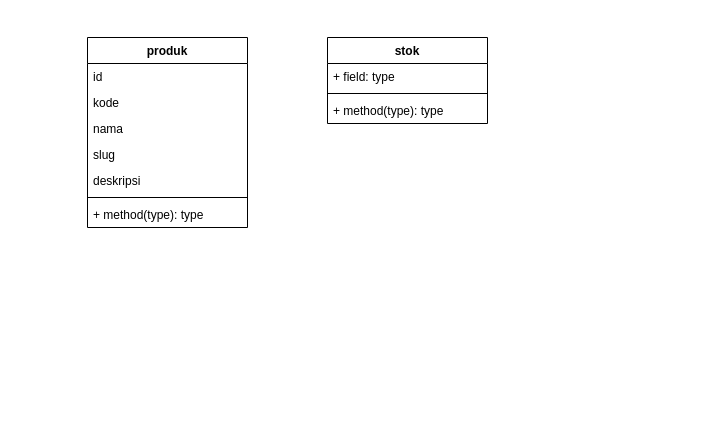
Above: Untitled Diagram.drawio in GibransLF/sans (draw.io), before the change. Source tidied: cells renumbered, new cells numbered last; positions are measured from the earlier drawing's top-left corner, leaving out a move shared by most shapes. Both pictures are drawn from the tidied source at 100%, with x=0, y=0 at pixel (87, 37).
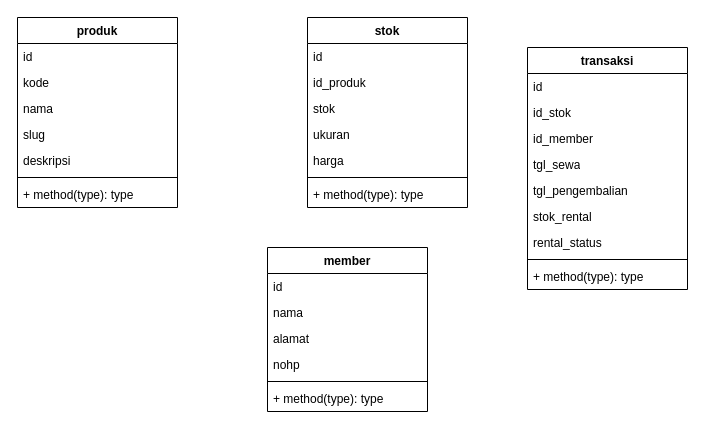
The same diagram, later.

The edit, as a diff of the source:
```diff
@@
     <mxCell id="2" value="produk" style="swimlane;fontStyle=1;align=center;verticalAlign=top;horizontal=1;startSize=26;whiteSpace=wrap;html=1;" parent="1" vertex="1">
-      <mxGeometry width="160" height="190" as="geometry" />
+      <mxGeometry x="-70" y="-20" width="160" height="190" as="geometry" />
     </mxCell>
@@
     <mxCell id="10" value="stok" style="swimlane;fontStyle=1;align=center;verticalAlign=top;horizontal=1;startSize=26;whiteSpace=wrap;html=1;" parent="1" vertex="1">
-      <mxGeometry x="240" width="160" height="86" as="geometry" />
+      <mxGeometry x="220" y="-20" width="160" height="190" as="geometry" />
     </mxCell>
-    <mxCell id="11" value="+ field: type" style="text;strokeColor=none;fillColor=none;align=left;verticalAlign=top;spacingLeft=4;spacingRight=4;overflow=hidden;whiteSpace=wrap;html=1;" parent="10" vertex="1">
+    <mxCell id="11" value="id" style="text;strokeColor=none;fillColor=none;align=left;verticalAlign=top;spacingLeft=4;spacingRight=4;overflow=hidden;whiteSpace=wrap;html=1;" parent="10" vertex="1">
       <mxGeometry y="26" width="160" height="26" as="geometry" />
     </mxCell>
+    <mxCell id="14" value="id_produk" style="text;strokeColor=none;fillColor=none;align=left;verticalAlign=top;spacingLeft=4;spacingRight=4;overflow=hidden;whiteSpace=wrap;html=1;" parent="10" vertex="1">
+      <mxGeometry y="52" width="160" height="26" as="geometry" />
+    </mxCell>
+    <mxCell id="15" value="stok" style="text;strokeColor=none;fillColor=none;align=left;verticalAlign=top;spacingLeft=4;spacingRight=4;overflow=hidden;whiteSpace=wrap;html=1;" parent="10" vertex="1">
+      <mxGeometry y="78" width="160" height="26" as="geometry" />
+    </mxCell>
+    <mxCell id="16" value="ukuran" style="text;strokeColor=none;fillColor=none;align=left;verticalAlign=top;spacingLeft=4;spacingRight=4;overflow=hidden;whiteSpace=wrap;html=1;" parent="10" vertex="1">
+      <mxGeometry y="104" width="160" height="26" as="geometry" />
+    </mxCell>
+    <mxCell id="17" value="harga" style="text;strokeColor=none;fillColor=none;align=left;verticalAlign=top;spacingLeft=4;spacingRight=4;overflow=hidden;whiteSpace=wrap;html=1;" parent="10" vertex="1">
+      <mxGeometry y="130" width="160" height="26" as="geometry" />
+    </mxCell>
     <mxCell id="12" style="line;strokeWidth=1;fillColor=none;align=left;verticalAlign=middle;spacingTop=-1;spacingLeft=3;spacingRight=3;labelPosition=right;strokeColor=inherit;" parent="10" vertex="1">
-      <mxGeometry y="52" width="160" height="8" as="geometry" />
+      <mxGeometry y="156" width="160" height="8" as="geometry" />
     </mxCell>
     <mxCell id="13" value="+ method(type): type" style="text;strokeColor=none;fillColor=none;align=left;verticalAlign=top;spacingLeft=4;spacingRight=4;overflow=hidden;whiteSpace=wrap;html=1;" parent="10" vertex="1">
-      <mxGeometry y="60" width="160" height="26" as="geometry" />
+      <mxGeometry y="164" width="160" height="26" as="geometry" />
     </mxCell>
+    <mxCell id="18" value="transaksi" style="swimlane;fontStyle=1;align=center;verticalAlign=top;horizontal=1;startSize=26;whiteSpace=wrap;html=1;" parent="1" vertex="1">
+      <mxGeometry x="440" y="10" width="160" height="242" as="geometry" />
+    </mxCell>
+    <mxCell id="19" value="id" style="text;strokeColor=none;fillColor=none;align=left;verticalAlign=top;spacingLeft=4;spacingRight=4;overflow=hidden;whiteSpace=wrap;html=1;" parent="18" vertex="1">
+      <mxGeometry y="26" width="160" height="26" as="geometry" />
+    </mxCell>
+    <mxCell id="20" value="id_stok" style="text;strokeColor=none;fillColor=none;align=left;verticalAlign=top;spacingLeft=4;spacingRight=4;overflow=hidden;whiteSpace=wrap;html=1;" parent="18" vertex="1">
+      <mxGeometry y="52" width="160" height="26" as="geometry" />
+    </mxCell>
+    <mxCell id="21" value="id_member" style="text;strokeColor=none;fillColor=none;align=left;verticalAlign=top;spacingLeft=4;spacingRight=4;overflow=hidden;whiteSpace=wrap;html=1;" parent="18" vertex="1">
+      <mxGeometry y="78" width="160" height="26" as="geometry" />
+    </mxCell>
+    <mxCell id="22" value="tgl_sewa" style="text;strokeColor=none;fillColor=none;align=left;verticalAlign=top;spacingLeft=4;spacingRight=4;overflow=hidden;whiteSpace=wrap;html=1;" parent="18" vertex="1">
+      <mxGeometry y="104" width="160" height="26" as="geometry" />
+    </mxCell>
+    <mxCell id="23" value="tgl_pengembalian" style="text;strokeColor=none;fillColor=none;align=left;verticalAlign=top;spacingLeft=4;spacingRight=4;overflow=hidden;whiteSpace=wrap;html=1;" parent="18" vertex="1">
+      <mxGeometry y="130" width="160" height="26" as="geometry" />
+    </mxCell>
+    <mxCell id="24" value="stok_rental" style="text;strokeColor=none;fillColor=none;align=left;verticalAlign=top;spacingLeft=4;spacingRight=4;overflow=hidden;whiteSpace=wrap;html=1;" parent="18" vertex="1">
+      <mxGeometry y="156" width="160" height="26" as="geometry" />
+    </mxCell>
+    <mxCell id="25" value="rental_status" style="text;strokeColor=none;fillColor=none;align=left;verticalAlign=top;spacingLeft=4;spacingRight=4;overflow=hidden;whiteSpace=wrap;html=1;" parent="18" vertex="1">
+      <mxGeometry y="182" width="160" height="26" as="geometry" />
+    </mxCell>
+    <mxCell id="26" style="line;strokeWidth=1;fillColor=none;align=left;verticalAlign=middle;spacingTop=-1;spacingLeft=3;spacingRight=3;labelPosition=right;strokeColor=inherit;" parent="18" vertex="1">
+      <mxGeometry y="208" width="160" height="8" as="geometry" />
+    </mxCell>
+    <mxCell id="27" value="+ method(type): type" style="text;strokeColor=none;fillColor=none;align=left;verticalAlign=top;spacingLeft=4;spacingRight=4;overflow=hidden;whiteSpace=wrap;html=1;" parent="18" vertex="1">
+      <mxGeometry y="216" width="160" height="26" as="geometry" />
+    </mxCell>
+    <mxCell id="28" value="member" style="swimlane;fontStyle=1;align=center;verticalAlign=top;horizontal=1;startSize=26;whiteSpace=wrap;html=1;" parent="1" vertex="1">
+      <mxGeometry x="180" y="210" width="160" height="164" as="geometry" />
+    </mxCell>
+    <mxCell id="29" value="id" style="text;strokeColor=none;fillColor=none;align=left;verticalAlign=top;spacingLeft=4;spacingRight=4;overflow=hidden;whiteSpace=wrap;html=1;" parent="28" vertex="1">
+      <mxGeometry y="26" width="160" height="26" as="geometry" />
+    </mxCell>
+    <mxCell id="30" value="nama" style="text;strokeColor=none;fillColor=none;align=left;verticalAlign=top;spacingLeft=4;spacingRight=4;overflow=hidden;whiteSpace=wrap;html=1;" parent="28" vertex="1">
+      <mxGeometry y="52" width="160" height="26" as="geometry" />
+    </mxCell>
+    <mxCell id="31" value="alamat" style="text;strokeColor=none;fillColor=none;align=left;verticalAlign=top;spacingLeft=4;spacingRight=4;overflow=hidden;whiteSpace=wrap;html=1;" parent="28" vertex="1">
+      <mxGeometry y="78" width="160" height="26" as="geometry" />
+    </mxCell>
+    <mxCell id="32" value="nohp" style="text;strokeColor=none;fillColor=none;align=left;verticalAlign=top;spacingLeft=4;spacingRight=4;overflow=hidden;whiteSpace=wrap;html=1;" parent="28" vertex="1">
+      <mxGeometry y="104" width="160" height="26" as="geometry" />
+    </mxCell>
+    <mxCell id="33" style="line;strokeWidth=1;fillColor=none;align=left;verticalAlign=middle;spacingTop=-1;spacingLeft=3;spacingRight=3;labelPosition=right;strokeColor=inherit;" parent="28" vertex="1">
+      <mxGeometry y="130" width="160" height="8" as="geometry" />
+    </mxCell>
+    <mxCell id="34" value="+ method(type): type" style="text;strokeColor=none;fillColor=none;align=left;verticalAlign=top;spacingLeft=4;spacingRight=4;overflow=hidden;whiteSpace=wrap;html=1;" parent="28" vertex="1">
+      <mxGeometry y="138" width="160" height="26" as="geometry" />
+    </mxCell>
```
